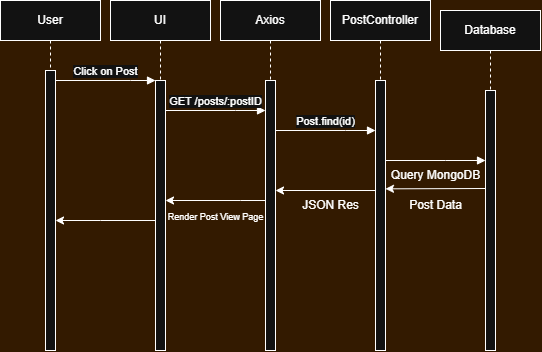
Earlier version of the draw.io export images/UML Sequence Diagram.png (Danielnmatt/Reddit-Clone). Source tidied: cells renumbered, new cells last; positions are measured from the earlier drawing's top-left corner, leaving out a move shared by most shapes. Its diagram source:
```xml
<mxGraphModel background="light-dark(#FFFFFF,#331A00)">
  <root>
    <mxCell id="0" />
    <mxCell id="1" parent="0" />
    <mxCell id="2" value="User" style="shape=umlLifeline;perimeter=lifelinePerimeter;whiteSpace=wrap;html=1;newEdgeStyle={&quot;edgeStyle&quot;:&quot;elbowEdgeStyle&quot;,&quot;elbow&quot;:&quot;vertical&quot;,&quot;curved&quot;:0,&quot;rounded&quot;:0};" parent="1" vertex="1">
      <mxGeometry width="100" height="350" as="geometry" />
    </mxCell>
    <mxCell id="3" style="html=1;points=[];perimeter=orthogonalPerimeter;outlineConnect=0;targetShapes=umlLifeline;portConstraint=eastwest;newEdgeStyle={&quot;edgeStyle&quot;:&quot;elbowEdgeStyle&quot;,&quot;elbow&quot;:&quot;vertical&quot;,&quot;curved&quot;:0,&quot;rounded&quot;:0};" parent="2" vertex="1">
      <mxGeometry x="45" y="70" width="10" height="280" as="geometry" />
    </mxCell>
    <mxCell id="4" value="UI" style="shape=umlLifeline;perimeter=lifelinePerimeter;whiteSpace=wrap;html=1;newEdgeStyle={&quot;edgeStyle&quot;:&quot;elbowEdgeStyle&quot;,&quot;elbow&quot;:&quot;vertical&quot;,&quot;curved&quot;:0,&quot;rounded&quot;:0};" parent="1" vertex="1">
      <mxGeometry x="110" width="100" height="350" as="geometry" />
    </mxCell>
    <mxCell id="5" style="html=1;points=[];perimeter=orthogonalPerimeter;outlineConnect=0;targetShapes=umlLifeline;portConstraint=eastwest;newEdgeStyle={&quot;edgeStyle&quot;:&quot;elbowEdgeStyle&quot;,&quot;elbow&quot;:&quot;vertical&quot;,&quot;curved&quot;:0,&quot;rounded&quot;:0};" parent="4" vertex="1">
      <mxGeometry x="45" y="80" width="10" height="270" as="geometry" />
    </mxCell>
    <mxCell id="6" value="Click on Post" style="html=1;verticalAlign=bottom;endArrow=block;edgeStyle=elbowEdgeStyle;elbow=vertical;curved=0;rounded=0;" parent="1" edge="1" source="3" target="5">
      <mxGeometry relative="1" as="geometry">
        <Array as="points">
          <mxPoint x="130" y="80" />
        </Array>
      </mxGeometry>
    </mxCell>
    <mxCell id="7" value="GET /posts/:postID" style="html=1;verticalAlign=bottom;endArrow=block;edgeStyle=elbowEdgeStyle;elbow=vertical;curved=0;rounded=0;" parent="1" edge="1" source="5">
      <mxGeometry relative="1" as="geometry">
        <mxPoint x="265" y="110" as="targetPoint" />
        <Array as="points">
          <mxPoint x="235" y="110" />
        </Array>
      </mxGeometry>
    </mxCell>
    <mxCell id="8" value="Axios" style="shape=umlLifeline;perimeter=lifelinePerimeter;whiteSpace=wrap;html=1;newEdgeStyle={&quot;edgeStyle&quot;:&quot;elbowEdgeStyle&quot;,&quot;elbow&quot;:&quot;vertical&quot;,&quot;curved&quot;:0,&quot;rounded&quot;:0};" parent="1" vertex="1">
      <mxGeometry x="220" width="100" height="350" as="geometry" />
    </mxCell>
    <mxCell id="9" style="html=1;points=[];perimeter=orthogonalPerimeter;outlineConnect=0;targetShapes=umlLifeline;portConstraint=eastwest;newEdgeStyle={&quot;edgeStyle&quot;:&quot;elbowEdgeStyle&quot;,&quot;elbow&quot;:&quot;vertical&quot;,&quot;curved&quot;:0,&quot;rounded&quot;:0};" parent="8" vertex="1">
      <mxGeometry x="45" y="80" width="10" height="270" as="geometry" />
    </mxCell>
    <mxCell id="10" value="PostController" style="shape=umlLifeline;perimeter=lifelinePerimeter;whiteSpace=wrap;html=1;newEdgeStyle={&quot;edgeStyle&quot;:&quot;elbowEdgeStyle&quot;,&quot;elbow&quot;:&quot;vertical&quot;,&quot;curved&quot;:0,&quot;rounded&quot;:0};" parent="1" vertex="1">
      <mxGeometry x="330" width="100" height="350" as="geometry" />
    </mxCell>
    <mxCell id="11" style="html=1;points=[];perimeter=orthogonalPerimeter;outlineConnect=0;targetShapes=umlLifeline;portConstraint=eastwest;newEdgeStyle={&quot;edgeStyle&quot;:&quot;elbowEdgeStyle&quot;,&quot;elbow&quot;:&quot;vertical&quot;,&quot;curved&quot;:0,&quot;rounded&quot;:0};" parent="10" vertex="1">
      <mxGeometry x="45" y="80" width="10" height="270" as="geometry" />
    </mxCell>
    <mxCell id="12" value="Post.find(id)" style="html=1;verticalAlign=bottom;endArrow=block;edgeStyle=elbowEdgeStyle;elbow=horizontal;curved=0;rounded=0;" parent="1" edge="1">
      <mxGeometry relative="1" as="geometry">
        <mxPoint x="275" y="130" as="sourcePoint" />
        <mxPoint x="375" y="130" as="targetPoint" />
        <Array as="points">
          <mxPoint x="345" y="130" />
        </Array>
      </mxGeometry>
    </mxCell>
    <mxCell id="13" style="html=1;verticalAlign=bottom;endArrow=block;edgeStyle=elbowEdgeStyle;elbow=horizontal;curved=0;rounded=0;" parent="1" edge="1" source="11" target="15">
      <mxGeometry relative="1" as="geometry">
        <Array as="points">
          <mxPoint x="445" y="160" />
        </Array>
      </mxGeometry>
    </mxCell>
    <mxCell id="14" value="Database" style="shape=umlLifeline;perimeter=lifelinePerimeter;whiteSpace=wrap;html=1;newEdgeStyle={&quot;edgeStyle&quot;:&quot;elbowEdgeStyle&quot;,&quot;elbow&quot;:&quot;vertical&quot;,&quot;curved&quot;:0,&quot;rounded&quot;:0};" parent="1" vertex="1">
      <mxGeometry x="440" y="10" width="100" height="340" as="geometry" />
    </mxCell>
    <mxCell id="15" style="html=1;points=[];perimeter=orthogonalPerimeter;outlineConnect=0;targetShapes=umlLifeline;portConstraint=eastwest;newEdgeStyle={&quot;edgeStyle&quot;:&quot;elbowEdgeStyle&quot;,&quot;elbow&quot;:&quot;vertical&quot;,&quot;curved&quot;:0,&quot;rounded&quot;:0};" parent="14" vertex="1">
      <mxGeometry x="45" y="80" width="10" height="260" as="geometry" />
    </mxCell>
    <mxCell id="16" value="Query MongoDB" style="text;html=1;align=center;verticalAlign=middle;strokeColor=none;fillColor=none;" parent="1" vertex="1">
      <mxGeometry x="380" y="160" width="110" height="30" as="geometry" />
    </mxCell>
    <mxCell id="17" style="edgeStyle=orthogonalEdgeStyle;rounded=0;orthogonalLoop=1;jettySize=auto;html=1;" parent="1" edge="1">
      <mxGeometry relative="1" as="geometry">
        <mxPoint x="375" y="188" as="sourcePoint" />
        <mxPoint x="275" y="190" as="targetPoint" />
        <Array as="points">
          <mxPoint x="375" y="190" />
        </Array>
      </mxGeometry>
    </mxCell>
    <mxCell id="18" style="edgeStyle=elbowEdgeStyle;rounded=0;orthogonalLoop=1;jettySize=auto;html=1;elbow=vertical;curved=0;" parent="1" edge="1">
      <mxGeometry relative="1" as="geometry">
        <mxPoint x="485" y="188" as="sourcePoint" />
        <mxPoint x="385" y="188.1" as="targetPoint" />
      </mxGeometry>
    </mxCell>
    <mxCell id="19" style="edgeStyle=elbowEdgeStyle;rounded=0;jettySize=auto;html=1;elbow=vertical;curved=0;" parent="1" edge="1" source="9" target="5">
      <mxGeometry relative="1" as="geometry">
        <Array as="points">
          <mxPoint x="240" y="200" />
        </Array>
      </mxGeometry>
    </mxCell>
    <mxCell id="20" style="edgeStyle=elbowEdgeStyle;rounded=0;jettySize=auto;html=1;elbow=vertical;curved=0;" parent="1" edge="1" source="5" target="3">
      <mxGeometry relative="1" as="geometry">
        <Array as="points">
          <mxPoint x="100" y="220" />
        </Array>
      </mxGeometry>
    </mxCell>
    <mxCell id="21" value="Post Data" style="text;html=1;align=center;verticalAlign=middle;strokeColor=none;fillColor=none;" parent="1" vertex="1">
      <mxGeometry x="395" y="190" width="80" height="30" as="geometry" />
    </mxCell>
    <mxCell id="22" value="JSON Res" style="text;html=1;align=center;verticalAlign=middle;strokeColor=none;fillColor=none;" parent="1" vertex="1">
      <mxGeometry x="290" y="190" width="80" height="30" as="geometry" />
    </mxCell>
    <mxCell id="23" value="Render Post View Page" style="text;html=1;align=center;verticalAlign=middle;strokeColor=none;fillColor=none;fontSize=9;" parent="1" vertex="1">
      <mxGeometry x="155" y="207" width="120" height="20" as="geometry" />
    </mxCell>
  </root>
</mxGraphModel>
```
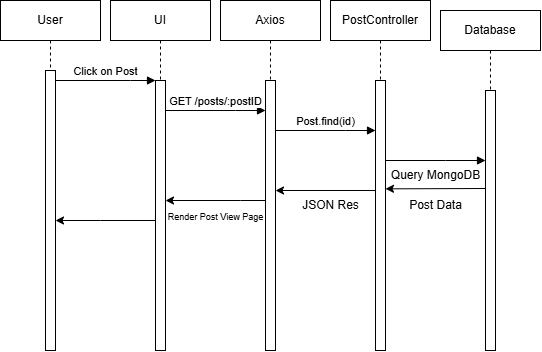
The same diagram one commit later.

Change to the diagram source:
```diff
@@ -1,4 +1,4 @@
-<mxGraphModel background="light-dark(#FFFFFF,#331A00)">
+<mxGraphModel>
   <root>
     <mxCell id="0" />
     <mxCell id="1" parent="0" />
@@ -11,17 +11,17 @@
     <mxCell id="4" value="UI" style="shape=umlLifeline;perimeter=lifelinePerimeter;whiteSpace=wrap;html=1;newEdgeStyle={&quot;edgeStyle&quot;:&quot;elbowEdgeStyle&quot;,&quot;elbow&quot;:&quot;vertical&quot;,&quot;curved&quot;:0,&quot;rounded&quot;:0};" parent="1" vertex="1">
       <mxGeometry x="110" width="100" height="350" as="geometry" />
     </mxCell>
-    <mxCell id="5" style="html=1;points=[];perimeter=orthogonalPerimeter;outlineConnect=0;targetShapes=umlLifeline;portConstraint=eastwest;newEdgeStyle={&quot;edgeStyle&quot;:&quot;elbowEdgeStyle&quot;,&quot;elbow&quot;:&quot;vertical&quot;,&quot;curved&quot;:0,&quot;rounded&quot;:0};" parent="4" vertex="1">
-      <mxGeometry x="45" y="80" width="10" height="270" as="geometry" />
-    </mxCell>
+    <mxCell id="24" style="html=1;points=[];perimeter=orthogonalPerimeter;outlineConnect=0;targetShapes=umlLifeline;portConstraint=eastwest;newEdgeStyle={&quot;edgeStyle&quot;:&quot;elbowEdgeStyle&quot;,&quot;elbow&quot;:&quot;vertical&quot;,&quot;curved&quot;:0,&quot;rounded&quot;:0};" parent="4" vertex="1">
+      <mxGeometry x="45" y="80" width="10" height="270" as="geometry" />
+    </mxCell>
-    <mxCell id="6" value="Click on Post" style="html=1;verticalAlign=bottom;endArrow=block;edgeStyle=elbowEdgeStyle;elbow=vertical;curved=0;rounded=0;" parent="1" edge="1" source="3" target="5">
+    <mxCell id="6" value="Click on Post" style="html=1;verticalAlign=bottom;endArrow=block;edgeStyle=elbowEdgeStyle;elbow=vertical;curved=0;rounded=0;" parent="1" edge="1" source="3" target="24">
       <mxGeometry relative="1" as="geometry">
         <Array as="points">
           <mxPoint x="130" y="80" />
         </Array>
       </mxGeometry>
     </mxCell>
-    <mxCell id="7" value="GET /posts/:postID" style="html=1;verticalAlign=bottom;endArrow=block;edgeStyle=elbowEdgeStyle;elbow=vertical;curved=0;rounded=0;" parent="1" edge="1" source="5">
+    <mxCell id="7" value="GET /posts/:postID" style="html=1;verticalAlign=bottom;endArrow=block;edgeStyle=elbowEdgeStyle;elbow=vertical;curved=0;rounded=0;" parent="1" edge="1" source="24">
       <mxGeometry relative="1" as="geometry">
         <mxPoint x="265" y="110" as="targetPoint" />
         <Array as="points">
@@ -32,15 +32,15 @@
     <mxCell id="8" value="Axios" style="shape=umlLifeline;perimeter=lifelinePerimeter;whiteSpace=wrap;html=1;newEdgeStyle={&quot;edgeStyle&quot;:&quot;elbowEdgeStyle&quot;,&quot;elbow&quot;:&quot;vertical&quot;,&quot;curved&quot;:0,&quot;rounded&quot;:0};" parent="1" vertex="1">
       <mxGeometry x="220" width="100" height="350" as="geometry" />
     </mxCell>
-    <mxCell id="9" style="html=1;points=[];perimeter=orthogonalPerimeter;outlineConnect=0;targetShapes=umlLifeline;portConstraint=eastwest;newEdgeStyle={&quot;edgeStyle&quot;:&quot;elbowEdgeStyle&quot;,&quot;elbow&quot;:&quot;vertical&quot;,&quot;curved&quot;:0,&quot;rounded&quot;:0};" parent="8" vertex="1">
-      <mxGeometry x="45" y="80" width="10" height="270" as="geometry" />
-    </mxCell>
+    <mxCell id="25" style="html=1;points=[];perimeter=orthogonalPerimeter;outlineConnect=0;targetShapes=umlLifeline;portConstraint=eastwest;newEdgeStyle={&quot;edgeStyle&quot;:&quot;elbowEdgeStyle&quot;,&quot;elbow&quot;:&quot;vertical&quot;,&quot;curved&quot;:0,&quot;rounded&quot;:0};" parent="8" vertex="1">
+      <mxGeometry x="45" y="80" width="10" height="270" as="geometry" />
+    </mxCell>
     <mxCell id="10" value="PostController" style="shape=umlLifeline;perimeter=lifelinePerimeter;whiteSpace=wrap;html=1;newEdgeStyle={&quot;edgeStyle&quot;:&quot;elbowEdgeStyle&quot;,&quot;elbow&quot;:&quot;vertical&quot;,&quot;curved&quot;:0,&quot;rounded&quot;:0};" parent="1" vertex="1">
       <mxGeometry x="330" width="100" height="350" as="geometry" />
     </mxCell>
-    <mxCell id="11" style="html=1;points=[];perimeter=orthogonalPerimeter;outlineConnect=0;targetShapes=umlLifeline;portConstraint=eastwest;newEdgeStyle={&quot;edgeStyle&quot;:&quot;elbowEdgeStyle&quot;,&quot;elbow&quot;:&quot;vertical&quot;,&quot;curved&quot;:0,&quot;rounded&quot;:0};" parent="10" vertex="1">
-      <mxGeometry x="45" y="80" width="10" height="270" as="geometry" />
-    </mxCell>
+    <mxCell id="26" style="html=1;points=[];perimeter=orthogonalPerimeter;outlineConnect=0;targetShapes=umlLifeline;portConstraint=eastwest;newEdgeStyle={&quot;edgeStyle&quot;:&quot;elbowEdgeStyle&quot;,&quot;elbow&quot;:&quot;vertical&quot;,&quot;curved&quot;:0,&quot;rounded&quot;:0};" parent="10" vertex="1">
+      <mxGeometry x="45" y="80" width="10" height="270" as="geometry" />
+    </mxCell>
     <mxCell id="12" value="Post.find(id)" style="html=1;verticalAlign=bottom;endArrow=block;edgeStyle=elbowEdgeStyle;elbow=horizontal;curved=0;rounded=0;" parent="1" edge="1">
       <mxGeometry relative="1" as="geometry">
         <mxPoint x="275" y="130" as="sourcePoint" />
@@ -50,13 +50,13 @@
         </Array>
       </mxGeometry>
     </mxCell>
-    <mxCell id="13" style="html=1;verticalAlign=bottom;endArrow=block;edgeStyle=elbowEdgeStyle;elbow=horizontal;curved=0;rounded=0;" parent="1" edge="1" source="11" target="15">
-      <mxGeometry relative="1" as="geometry">
-        <Array as="points">
-          <mxPoint x="445" y="160" />
-        </Array>
-      </mxGeometry>
-    </mxCell>
+    <mxCell id="27" style="html=1;verticalAlign=bottom;endArrow=block;edgeStyle=elbowEdgeStyle;elbow=horizontal;curved=0;rounded=0;" parent="1" edge="1" source="26" target="15">
+      <mxGeometry relative="1" as="geometry">
+        <Array as="points">
+          <mxPoint x="445" y="160" />
+        </Array>
+      </mxGeometry>
+    </mxCell>
     <mxCell id="14" value="Database" style="shape=umlLifeline;perimeter=lifelinePerimeter;whiteSpace=wrap;html=1;newEdgeStyle={&quot;edgeStyle&quot;:&quot;elbowEdgeStyle&quot;,&quot;elbow&quot;:&quot;vertical&quot;,&quot;curved&quot;:0,&quot;rounded&quot;:0};" parent="1" vertex="1">
       <mxGeometry x="440" y="10" width="100" height="340" as="geometry" />
     </mxCell>
@@ -66,35 +66,35 @@
     <mxCell id="16" value="Query MongoDB" style="text;html=1;align=center;verticalAlign=middle;strokeColor=none;fillColor=none;" parent="1" vertex="1">
       <mxGeometry x="380" y="160" width="110" height="30" as="geometry" />
     </mxCell>
-    <mxCell id="17" style="edgeStyle=orthogonalEdgeStyle;rounded=0;orthogonalLoop=1;jettySize=auto;html=1;" parent="1" edge="1">
-      <mxGeometry relative="1" as="geometry">
-        <mxPoint x="375" y="188" as="sourcePoint" />
-        <mxPoint x="275" y="190" as="targetPoint" />
-        <Array as="points">
-          <mxPoint x="375" y="190" />
-        </Array>
-      </mxGeometry>
-    </mxCell>
-    <mxCell id="18" style="edgeStyle=elbowEdgeStyle;rounded=0;orthogonalLoop=1;jettySize=auto;html=1;elbow=vertical;curved=0;" parent="1" edge="1">
-      <mxGeometry relative="1" as="geometry">
-        <mxPoint x="485" y="188" as="sourcePoint" />
-        <mxPoint x="385" y="188.1" as="targetPoint" />
-      </mxGeometry>
-    </mxCell>
-    <mxCell id="19" style="edgeStyle=elbowEdgeStyle;rounded=0;jettySize=auto;html=1;elbow=vertical;curved=0;" parent="1" edge="1" source="9" target="5">
-      <mxGeometry relative="1" as="geometry">
-        <Array as="points">
-          <mxPoint x="240" y="200" />
-        </Array>
-      </mxGeometry>
-    </mxCell>
-    <mxCell id="20" style="edgeStyle=elbowEdgeStyle;rounded=0;jettySize=auto;html=1;elbow=vertical;curved=0;" parent="1" edge="1" source="5" target="3">
-      <mxGeometry relative="1" as="geometry">
-        <Array as="points">
-          <mxPoint x="100" y="220" />
-        </Array>
-      </mxGeometry>
-    </mxCell>
+    <mxCell id="28" style="edgeStyle=orthogonalEdgeStyle;rounded=0;orthogonalLoop=1;jettySize=auto;html=1;" parent="1" edge="1">
+      <mxGeometry relative="1" as="geometry">
+        <mxPoint x="375" y="188" as="sourcePoint" />
+        <mxPoint x="275" y="190" as="targetPoint" />
+        <Array as="points">
+          <mxPoint x="375" y="190" />
+        </Array>
+      </mxGeometry>
+    </mxCell>
+    <mxCell id="29" style="edgeStyle=elbowEdgeStyle;rounded=0;orthogonalLoop=1;jettySize=auto;html=1;elbow=vertical;curved=0;" parent="1" edge="1">
+      <mxGeometry relative="1" as="geometry">
+        <mxPoint x="485" y="188" as="sourcePoint" />
+        <mxPoint x="385" y="188.1" as="targetPoint" />
+      </mxGeometry>
+    </mxCell>
+    <mxCell id="30" style="edgeStyle=elbowEdgeStyle;rounded=0;jettySize=auto;html=1;elbow=vertical;curved=0;" parent="1" edge="1" source="25" target="24">
+      <mxGeometry relative="1" as="geometry">
+        <Array as="points">
+          <mxPoint x="240" y="200" />
+        </Array>
+      </mxGeometry>
+    </mxCell>
+    <mxCell id="31" style="edgeStyle=elbowEdgeStyle;rounded=0;jettySize=auto;html=1;elbow=vertical;curved=0;" parent="1" edge="1" source="24" target="3">
+      <mxGeometry relative="1" as="geometry">
+        <Array as="points">
+          <mxPoint x="100" y="220" />
+        </Array>
+      </mxGeometry>
+    </mxCell>
     <mxCell id="21" value="Post Data" style="text;html=1;align=center;verticalAlign=middle;strokeColor=none;fillColor=none;" parent="1" vertex="1">
       <mxGeometry x="395" y="190" width="80" height="30" as="geometry" />
     </mxCell>
```
